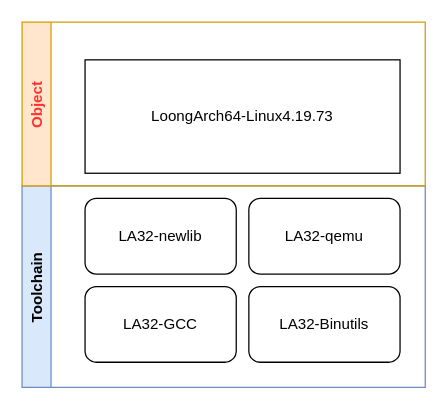
jdmfr/dormouse keeps this draw.io diagram as Untitled Diagram.drawio. Above is the earlier version. Source tidied: cells renumbered, new cells numbered last; positions are measured from the earlier drawing's top-left corner, leaving out a move shared by most shapes. Both pictures are drawn from the tidied source at 126%, with x=0, y=0 at pixel (21, 21).
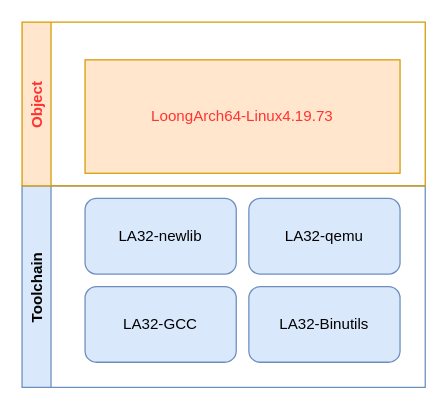
The same diagram, later.

What changed in the source:
```diff
@@
 <mxGraphModel>
   <root>
     <mxCell id="0" />
     <mxCell id="1" parent="0" />
-    <mxCell id="2" value="LA32-GCC" style="rounded=1;whiteSpace=wrap;html=1;" parent="1" vertex="1">
+    <mxCell id="2" value="LA32-GCC" style="rounded=1;whiteSpace=wrap;html=1;fillColor=#dae8fc;strokeColor=#6c8ebf;" parent="1" vertex="1">
       <mxGeometry x="50" y="210" width="120" height="60" as="geometry" />
     </mxCell>
-    <mxCell id="3" value="LA32-Binutils" style="rounded=1;whiteSpace=wrap;html=1;" parent="1" vertex="1">
+    <mxCell id="3" value="LA32-Binutils" style="rounded=1;whiteSpace=wrap;html=1;fillColor=#dae8fc;strokeColor=#6c8ebf;" parent="1" vertex="1">
       <mxGeometry x="180" y="210" width="120" height="60" as="geometry" />
     </mxCell>
-    <mxCell id="4" value="LA32-newlib" style="rounded=1;whiteSpace=wrap;html=1;" parent="1" vertex="1">
+    <mxCell id="4" value="LA32-newlib" style="rounded=1;whiteSpace=wrap;html=1;fillColor=#dae8fc;strokeColor=#6c8ebf;" parent="1" vertex="1">
       <mxGeometry x="50" y="140" width="120" height="60" as="geometry" />
     </mxCell>
-    <mxCell id="5" value="LA32-qemu" style="rounded=1;whiteSpace=wrap;html=1;" parent="1" vertex="1">
+    <mxCell id="5" value="LA32-qemu" style="rounded=1;whiteSpace=wrap;html=1;fillColor=#dae8fc;strokeColor=#6c8ebf;" parent="1" vertex="1">
       <mxGeometry x="180" y="140" width="120" height="60" as="geometry" />
     </mxCell>
-    <mxCell id="6" value="LoongArch64-Linux4.19.73" style="rounded=0;whiteSpace=wrap;html=1;" parent="1" vertex="1">
+    <mxCell id="6" value="LoongArch64-Linux4.19.73" style="rounded=0;whiteSpace=wrap;html=1;fillColor=#ffe6cc;strokeColor=#d79b00;fontColor=#FF3333;" parent="1" vertex="1">
       <mxGeometry x="50" y="30" width="250" height="90" as="geometry" />
     </mxCell>
     <mxCell id="7" value="Toolchain" style="swimlane;horizontal=0;fillColor=#dae8fc;strokeColor=#6c8ebf;" parent="1" vertex="1">
       <mxGeometry y="130" width="320" height="160" as="geometry" />
     </mxCell>
     <mxCell id="8" value="Object" style="swimlane;horizontal=0;fillColor=#ffe6cc;strokeColor=#d79b00;fontColor=#FF3333;" parent="7" vertex="1">
       <mxGeometry y="-130" width="320" height="130" as="geometry" />
     </mxCell>
   </root>
 </mxGraphModel>
```
